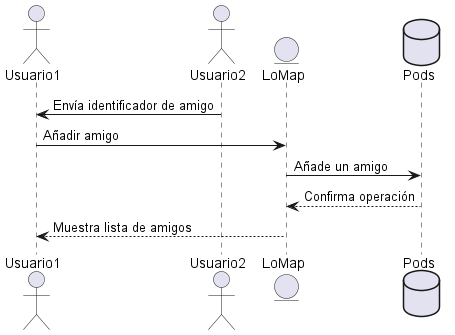
Above: images/Sequence diagram08.png in Arquisoft/lomap_es3c (PlantUML), before the change. The source it was exported from:
```plantuml
@startuml
actor Usuario1
actor Usuario2
Usuario2 -> Usuario1: Envía identificador de amigo
entity LoMap
Usuario1->LoMap: Añadir amigo
database Pod as "Pods"
LoMap-> Pod: Añade un amigo
Pod--> LoMap: Confirma operación
LoMap--> Usuario1: Muestra lista de amigos
@enduml
```
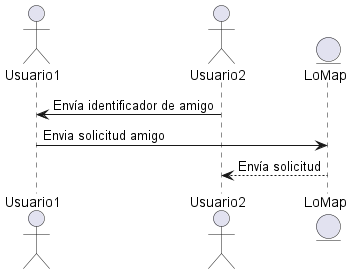
Above is the later version.

The edit, as a diff of the source:
```diff
@@ -3,9 +3,6 @@
 actor Usuario2
 Usuario2 -> Usuario1: Envía identificador de amigo
 entity LoMap
-Usuario1->LoMap: Añadir amigo
-database Pod as "Pods"
-LoMap-> Pod: Añade un amigo
-Pod--> LoMap: Confirma operación
-LoMap--> Usuario1: Muestra lista de amigos
+Usuario1->LoMap: Envia solicitud amigo
+LoMap--> Usuario2: Envía solicitud
 @enduml
```
